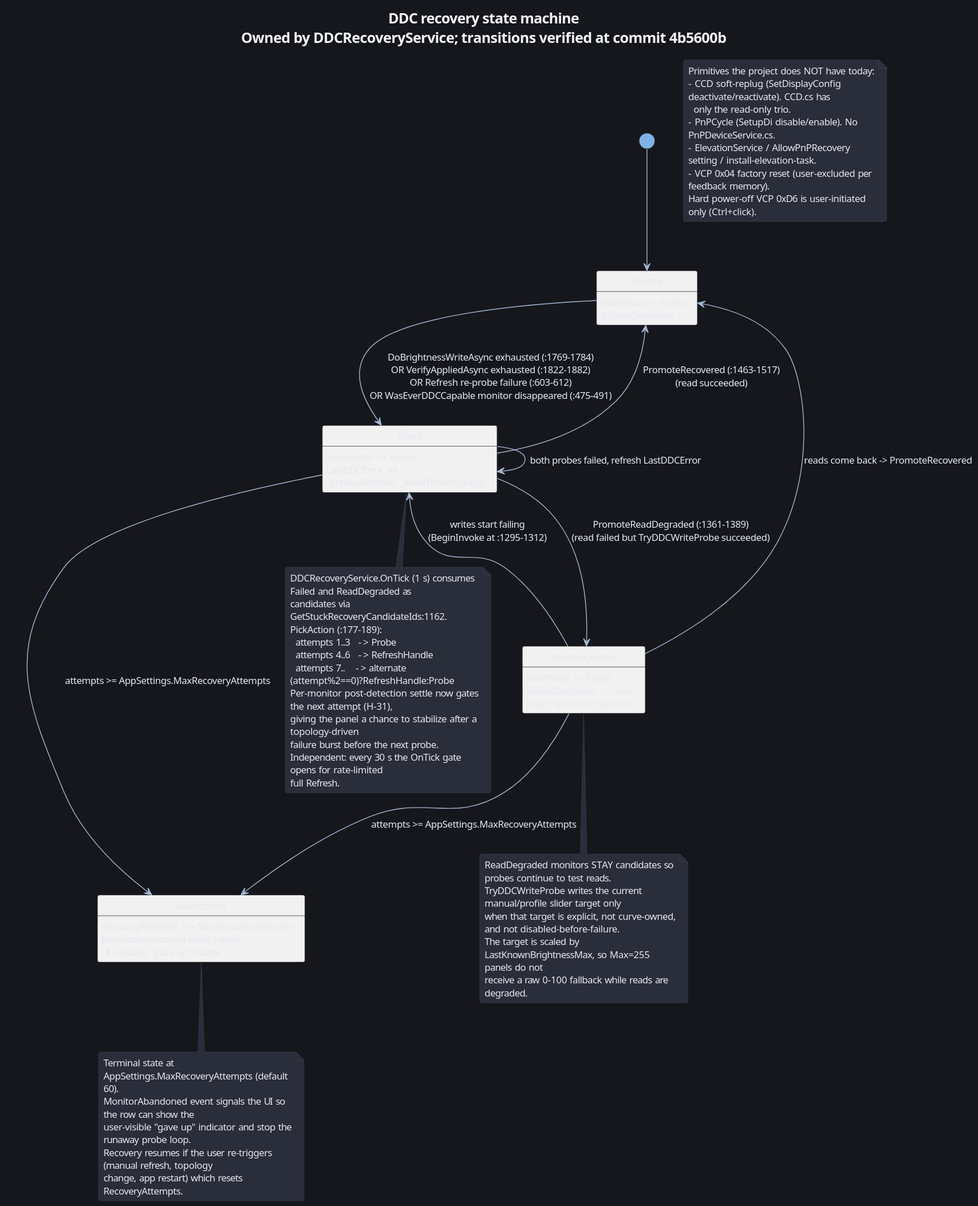
Earlier version of the PlantUML export documentation/plantuml/12_ddc_recovery_state.svg (alchemyyy/BrightnessTrayAppWPF).
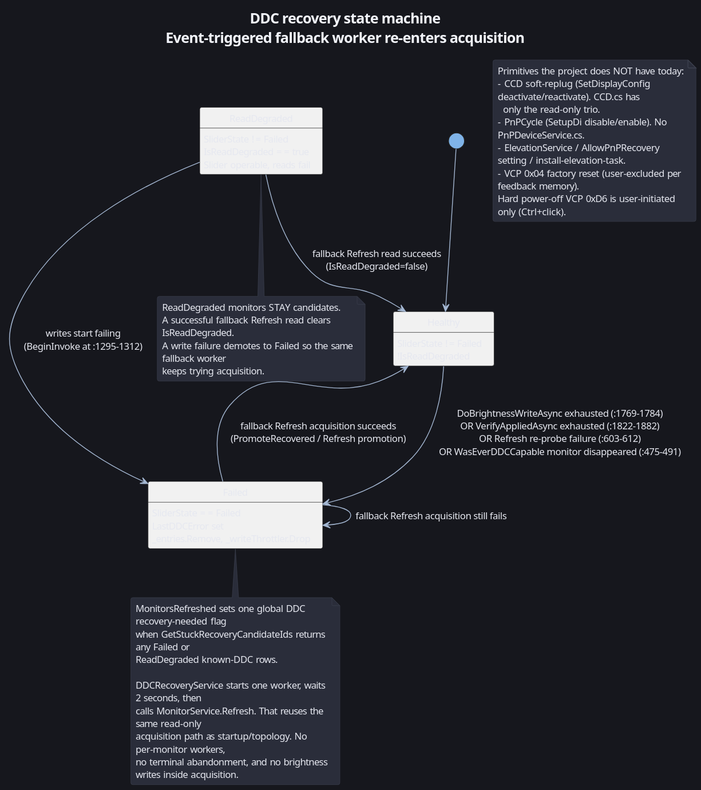
The same file after the commit.

What changed in the source:
```diff
@@ -1,53 +1,37 @@
 @startuml
 !include dark-theme.puml
-title DDC recovery state machine\nOwned by DDCRecoveryService; transitions verified at commit 4b5600b
+title DDC recovery state machine\nEvent-triggered fallback worker re-enters acquisition
 
 state Healthy : SliderState != Failed\n!IsReadDegraded
 state Failed : SliderState == Failed\nLastDDCError set\n_entries.Remove, _writeThrottler.Drop
 state ReadDegraded : SliderState != Failed\nIsReadDegraded == true\nSlider operable, reads fail
-state Abandoned : RecoveryAttempts >= MaxRecoveryAttempts\nMonitorAbandoned event raised\nUI surfaces "gave up" badge
 
 [*] --> Healthy
 
 Healthy --> Failed : DoBrightnessWriteAsync exhausted (:1769-1784)\nOR VerifyAppliedAsync exhausted (:1822-1882)\nOR Refresh re-probe failure (:603-612)\nOR WasEverDDCCapable monitor disappeared (:475-491)
 
-Failed --> Healthy : PromoteRecovered (:1463-1517)\n(read succeeded)
-Failed --> ReadDegraded : PromoteReadDegraded (:1361-1389)\n(read failed but TryDDCWriteProbe succeeded)
-Failed --> Failed : both probes failed, refresh LastDDCError
-Failed --> Abandoned : attempts >= AppSettings.MaxRecoveryAttempts
-ReadDegraded --> Abandoned : attempts >= AppSettings.MaxRecoveryAttempts
+Failed --> Healthy : fallback Refresh acquisition succeeds\n(PromoteRecovered / Refresh promotion)
+Failed --> Failed : fallback Refresh acquisition still fails
 
-ReadDegraded --> Healthy : reads come back -> PromoteRecovered
+ReadDegraded --> Healthy : fallback Refresh read succeeds\n(IsReadDegraded=false)
 ReadDegraded --> Failed : writes start failing\n(BeginInvoke at :1295-1312)
 
 note bottom of Failed
-  DDCRecoveryService.OnTick (1 s) consumes Failed and ReadDegraded as
-  candidates via GetStuckRecoveryCandidateIds:1162.
-  PickAction (:177-189):
-    attempts 1..3   -> Probe
-    attempts 4..6   -> RefreshHandle
-    attempts 7..    -> alternate (attempt%2==0)?RefreshHandle:Probe
-  Per-monitor post-detection settle now gates the next attempt (H-31),
-  giving the panel a chance to stabilize after a topology-driven
-  failure burst before the next probe.
-  Independent: every 30 s the OnTick gate opens for rate-limited
-  full Refresh.
-end note
+  MonitorsRefreshed sets one global DDC recovery-needed flag
+  when GetStuckRecoveryCandidateIds returns any Failed or
+  ReadDegraded known-DDC rows.
 
-note bottom of Abandoned
-  Terminal state at AppSettings.MaxRecoveryAttempts (default 60).
-  MonitorAbandoned event signals the UI so the row can show the
-  user-visible "gave up" indicator and stop the runaway probe loop.
-  Recovery resumes if the user re-triggers (manual refresh, topology
-  change, app restart) which resets RecoveryAttempts.
+  DDCRecoveryService starts one worker, waits 2 seconds, then
+  calls MonitorService.Refresh. That reuses the same read-only
+  acquisition path as startup/topology. No per-monitor workers,
+  no terminal abandonment, and no brightness writes inside acquisition.
 end note
 
 note bottom of ReadDegraded
-  ReadDegraded monitors STAY candidates so probes continue to test reads.
-  TryDDCWriteProbe writes the current manual/profile slider target only
-  when that target is explicit, not curve-owned, and not disabled-before-failure.
-  The target is scaled by LastKnownBrightnessMax, so Max=255 panels do not
-  receive a raw 0-100 fallback while reads are degraded.
+  ReadDegraded monitors STAY candidates.
+  A successful fallback Refresh read clears IsReadDegraded.
+  A write failure demotes to Failed so the same fallback worker
+  keeps trying acquisition.
 end note
 
 note as N_ABSENT
```
